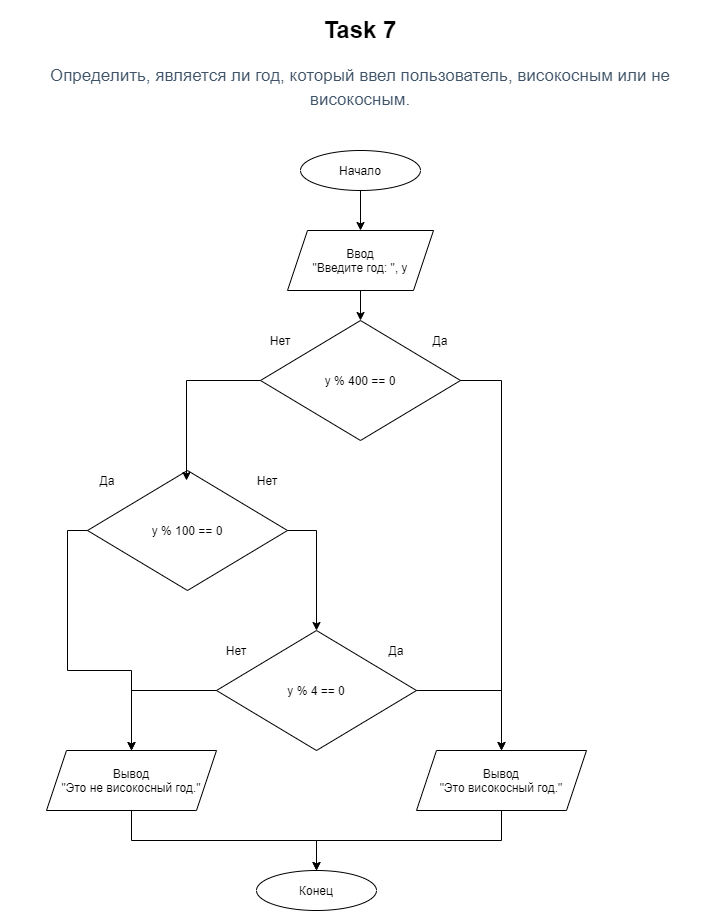
This is Lesson1/FlowCharts/lesson1-Task-7-Task-7.png from vic-k23/Geekbrains_algorithms_DS_on_Python, a draw.io export, as it was before one commit. Source tidied: cells renumbered, new cells last; positions are measured from the earlier drawing's top-left corner, leaving out a move shared by most shapes.
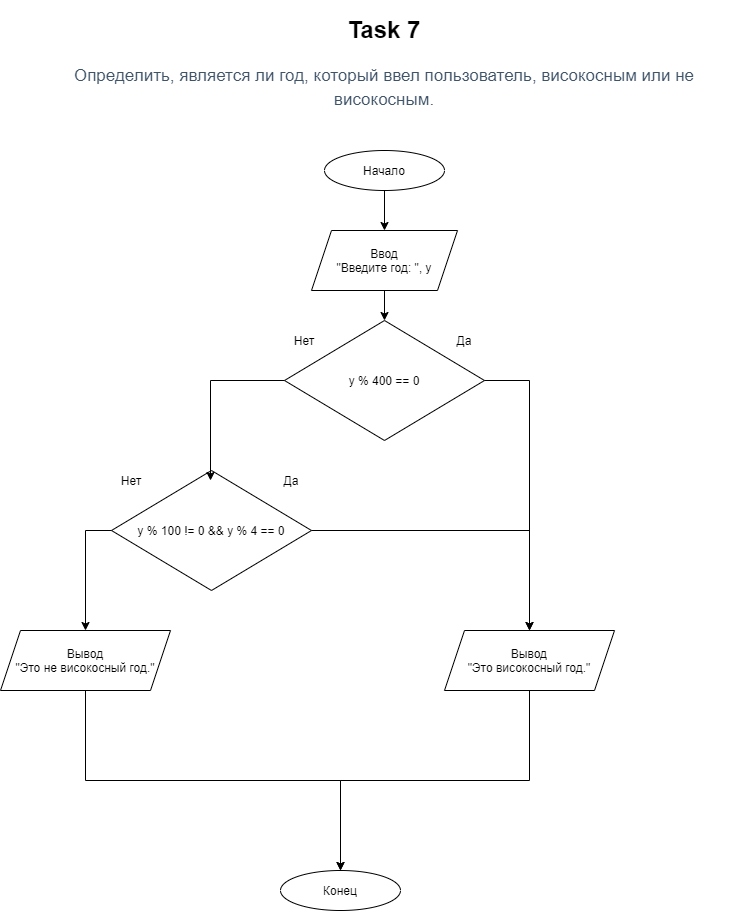
After the commit.

Diff of the diagram source:
```diff
@@ -17,39 +17,21 @@
     <mxCell id="6" value="Ввод&lt;br&gt;&quot;Введите год: &quot;, y" style="shape=parallelogram;perimeter=parallelogramPerimeter;whiteSpace=wrap;html=1;fixedSize=1;align=center;" parent="1" vertex="1">
       <mxGeometry x="287" y="220" width="146" height="60" as="geometry" />
     </mxCell>
-    <mxCell id="7" style="group;align=center;" parent="1" vertex="1">
-      <mxGeometry x="216" y="620" width="200" height="120" as="geometry" />
-    </mxCell>
-    <mxCell id="8" value="y % 4 == 0" style="rhombus;whiteSpace=wrap;html=1;align=center;" parent="7" vertex="1">
-      <mxGeometry width="200" height="120" as="geometry" />
-    </mxCell>
-    <mxCell id="9" value="Нет" style="text;html=1;strokeColor=none;fillColor=none;align=center;verticalAlign=middle;whiteSpace=wrap;rounded=0;" parent="7" vertex="1">
-      <mxGeometry y="10" width="40" height="20" as="geometry" />
-    </mxCell>
-    <mxCell id="10" value="Да" style="text;html=1;strokeColor=none;fillColor=none;align=center;verticalAlign=middle;whiteSpace=wrap;rounded=0;" parent="7" vertex="1">
-      <mxGeometry x="160" y="10" width="40" height="20" as="geometry" />
-    </mxCell>
     <mxCell id="11" style="edgeStyle=orthogonalEdgeStyle;rounded=0;jettySize=auto;html=1;exitX=0.5;exitY=1;exitDx=0;exitDy=0;entryX=0.5;entryY=0;entryDx=0;entryDy=0;" parent="1" edge="1" source="12" target="15">
       <mxGeometry relative="1" as="geometry" />
     </mxCell>
     <mxCell id="12" value="Вывод&lt;br&gt;&quot;Это високосный год.&quot;" style="shape=parallelogram;perimeter=parallelogramPerimeter;whiteSpace=wrap;html=1;fixedSize=1;align=center;" parent="1" vertex="1">
-      <mxGeometry x="416" y="740" width="170" height="60" as="geometry" />
+      <mxGeometry x="420" y="620" width="170" height="60" as="geometry" />
     </mxCell>
     <mxCell id="13" style="edgeStyle=orthogonalEdgeStyle;rounded=0;jettySize=auto;html=1;exitX=0.5;exitY=1;exitDx=0;exitDy=0;entryX=0.5;entryY=0;entryDx=0;entryDy=0;" parent="1" edge="1" source="14" target="15">
       <mxGeometry relative="1" as="geometry" />
     </mxCell>
     <mxCell id="14" value="Вывод&lt;br&gt;&quot;Это не високосный год.&quot;" style="shape=parallelogram;perimeter=parallelogramPerimeter;whiteSpace=wrap;html=1;fixedSize=1;align=center;" parent="1" vertex="1">
-      <mxGeometry x="46" y="740" width="170" height="60" as="geometry" />
+      <mxGeometry x="-24" y="620" width="170" height="60" as="geometry" />
     </mxCell>
     <mxCell id="15" value="Конец" style="ellipse;whiteSpace=wrap;html=1;align=center;" parent="1" vertex="1">
       <mxGeometry x="256" y="860" width="120" height="40" as="geometry" />
     </mxCell>
-    <mxCell id="16" style="edgeStyle=orthogonalEdgeStyle;rounded=0;jettySize=auto;html=1;exitX=0;exitY=0.5;exitDx=0;exitDy=0;" parent="1" edge="1" source="8" target="14">
-      <mxGeometry relative="1" as="geometry" />
-    </mxCell>
-    <mxCell id="17" style="edgeStyle=orthogonalEdgeStyle;rounded=0;jettySize=auto;html=1;exitX=1;exitY=0.5;exitDx=0;exitDy=0;entryX=0.5;entryY=0;entryDx=0;entryDy=0;" parent="1" edge="1" source="8" target="12">
-      <mxGeometry relative="1" as="geometry" />
-    </mxCell>
     <mxCell id="18" style="group;" parent="1" vertex="1">
       <mxGeometry x="260" y="310" width="200" height="120" as="geometry" />
     </mxCell>
@@ -68,18 +50,15 @@
     <mxCell id="23" style="group;" parent="1" vertex="1">
       <mxGeometry x="87" y="460" width="200" height="120" as="geometry" />
     </mxCell>
-    <mxCell id="24" value="y % 100 == 0" style="rhombus;whiteSpace=wrap;html=1;align=center;" parent="23" vertex="1">
+    <mxCell id="24" value="y % 100 != 0 &amp;amp;&amp;amp; y % 4 == 0" style="rhombus;whiteSpace=wrap;html=1;align=center;" parent="23" vertex="1">
       <mxGeometry width="200" height="120" as="geometry" />
     </mxCell>
     <mxCell id="25" value="Нет" style="text;html=1;strokeColor=none;fillColor=none;align=center;verticalAlign=middle;whiteSpace=wrap;rounded=0;" parent="23" vertex="1">
-      <mxGeometry x="160" width="40" height="20" as="geometry" />
+      <mxGeometry width="40" height="20" as="geometry" />
     </mxCell>
     <mxCell id="26" value="Да" style="text;html=1;strokeColor=none;fillColor=none;align=center;verticalAlign=middle;whiteSpace=wrap;rounded=0;" parent="23" vertex="1">
-      <mxGeometry width="40" height="20" as="geometry" />
+      <mxGeometry x="160" width="40" height="20" as="geometry" />
     </mxCell>
-    <mxCell id="27" style="edgeStyle=orthogonalEdgeStyle;rounded=0;jettySize=auto;html=1;exitX=1;exitY=0.5;exitDx=0;exitDy=0;entryX=0.5;entryY=0;entryDx=0;entryDy=0;" parent="1" edge="1" source="24" target="8">
-      <mxGeometry relative="1" as="geometry" />
-    </mxCell>
     <mxCell id="28" style="edgeStyle=orthogonalEdgeStyle;rounded=0;jettySize=auto;html=1;exitX=0;exitY=0.5;exitDx=0;exitDy=0;" parent="1" edge="1" source="19">
       <mxGeometry relative="1" as="geometry">
         <mxPoint x="186" y="470" as="targetPoint" />
@@ -88,5 +67,8 @@
     <mxCell id="29" style="edgeStyle=orthogonalEdgeStyle;rounded=0;jettySize=auto;html=1;exitX=0;exitY=0.5;exitDx=0;exitDy=0;entryX=0.5;entryY=0;entryDx=0;entryDy=0;" parent="1" edge="1" source="24" target="14">
       <mxGeometry relative="1" as="geometry" />
     </mxCell>
+    <mxCell id="30" style="edgeStyle=orthogonalEdgeStyle;rounded=0;jettySize=auto;html=1;exitX=1;exitY=0.5;exitDx=0;exitDy=0;entryX=0.5;entryY=0;entryDx=0;entryDy=0;" parent="1" edge="1" source="24" target="12">
+      <mxGeometry relative="1" as="geometry" />
+    </mxCell>
   </root>
 </mxGraphModel>
```
